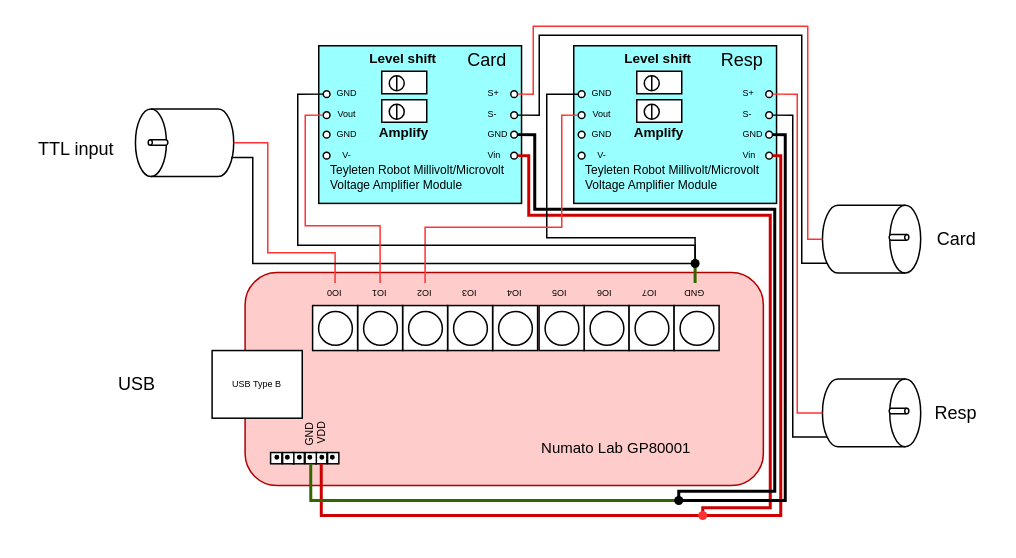
Earlier version of the draw.io diagram doc/USBIO_circuit_diagram.drawio (mamisaki/RTPSpy). Source tidied: cells renumbered, new cells numbered last; positions are measured from the earlier drawing's top-left corner, leaving out a move shared by most shapes. Both pictures are drawn from the tidied source at 150%, with x=0, y=0 at pixel (26, 26).
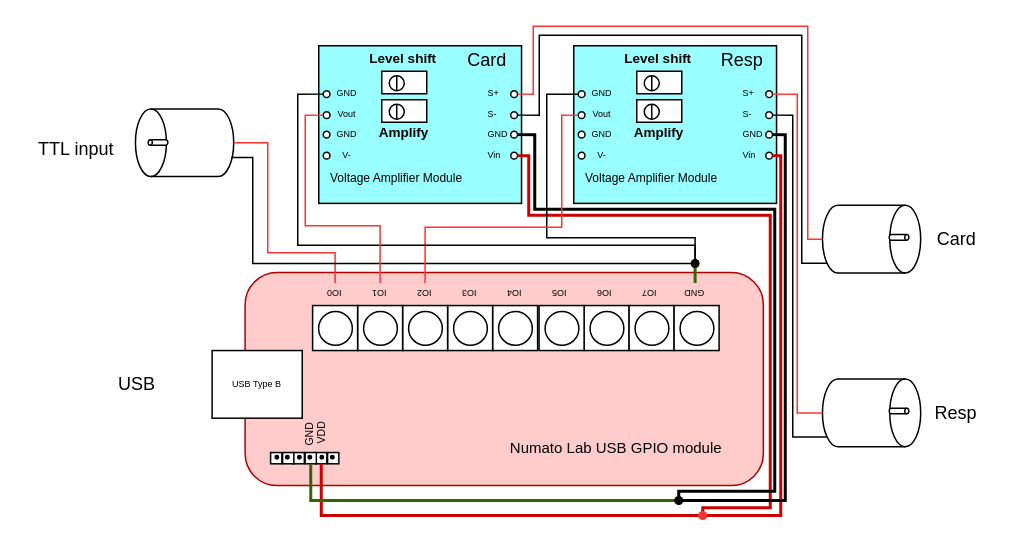
After the change.

Unchanged cells that the change refers to:
```xml
<mxCell id="2" style="group;" parent="1" vertex="1">
  <mxGeometry x="365" y="13" width="135.2" height="105.1" as="geometry" />
</mxCell>
<mxCell id="34" style="group;" parent="1" vertex="1">
  <mxGeometry x="195" y="13" width="135.2" height="105.1" as="geometry" />
</mxCell>
<mxCell id="66" style="group;direction=east;rotation=-180;" parent="1" vertex="1">
  <mxGeometry x="123.9" y="164.2" width="368" height="142" as="geometry" />
</mxCell>
```

Diff of the diagram source:
```diff
@@
-    <mxCell id="32" value="Teyleten Robot Millivolt/Microvolt Voltage Amplifier Module" style="text;html=1;strokeColor=none;fillColor=none;align=left;verticalAlign=middle;whiteSpace=wrap;rounded=0;fontSize=8;rotation=0;spacing=0;" parent="2" vertex="1">
+    <mxCell id="32" value="Voltage Amplifier Module" style="text;html=1;strokeColor=none;fillColor=none;align=left;verticalAlign=middle;whiteSpace=wrap;rounded=0;fontSize=8;rotation=0;spacing=0;" parent="2" vertex="1">
       <mxGeometry x="8" y="75" width="120" height="26" as="geometry" />
     </mxCell>
@@
-    <mxCell id="64" value="Teyleten Robot Millivolt/Microvolt Voltage Amplifier Module" style="text;html=1;strokeColor=none;fillColor=none;align=left;verticalAlign=middle;whiteSpace=wrap;rounded=0;fontSize=8;rotation=0;spacing=0;" parent="34" vertex="1">
+    <mxCell id="64" value="Voltage Amplifier Module" style="text;html=1;strokeColor=none;fillColor=none;align=left;verticalAlign=middle;whiteSpace=wrap;rounded=0;fontSize=8;rotation=0;spacing=0;" parent="34" vertex="1">
       <mxGeometry x="8" y="75" width="120" height="26" as="geometry" />
     </mxCell>
@@
-    <mxCell id="122" value="Numato Lab GP80001" style="text;html=1;strokeColor=none;fillColor=none;align=center;verticalAlign=middle;whiteSpace=wrap;rounded=0;fontSize=10;rotation=0;" parent="66" vertex="1">
+    <mxCell id="122" value="Numato Lab USB GPIO module" style="text;html=1;strokeColor=none;fillColor=none;align=center;verticalAlign=middle;whiteSpace=wrap;rounded=0;fontSize=10;rotation=0;" parent="66" vertex="1">
       <mxGeometry x="187" y="102" width="165.2" height="30" as="geometry" />
     </mxCell>
```
